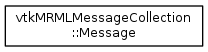
The Graphviz diagram master/inherit_graph_142.png in jamesobutler/apidocs.slicer.org, before a commit. Its source is kept beside it as master/inherit_graph_142.dot. Its diagram source:
```dot
digraph "Graphical Class Hierarchy"
{
  bgcolor="transparent";
  edge [fontname="Helvetica",fontsize="10",labelfontname="Helvetica",labelfontsize="10"];
  node [fontname="Helvetica",fontsize="10",shape=record];
  rankdir="LR";
  Node0 [label="vtkMRMLMessageCollection\l::Message",height=0.2,width=0.4,color="black",URL="$structvtkMRMLMessageCollection_1_1Message.html",tooltip=" A helper class that describes a single message "];
}
```
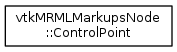
Above is the later version.

Change to the diagram source:
```diff
@@ -4,5 +4,5 @@
   edge [fontname="Helvetica",fontsize="10",labelfontname="Helvetica",labelfontsize="10"];
   node [fontname="Helvetica",fontsize="10",shape=record];
   rankdir="LR";
-  Node0 [label="vtkMRMLMessageCollection\l::Message",height=0.2,width=0.4,color="black",URL="$structvtkMRMLMessageCollection_1_1Message.html",tooltip=" A helper class that describes a single message "];
+  Node0 [label="vtkMRMLMarkupsNode\l::ControlPoint",height=0.2,width=0.4,color="black",URL="$structvtkMRMLMarkupsNode_1_1ControlPoint.html"];
 }
```
